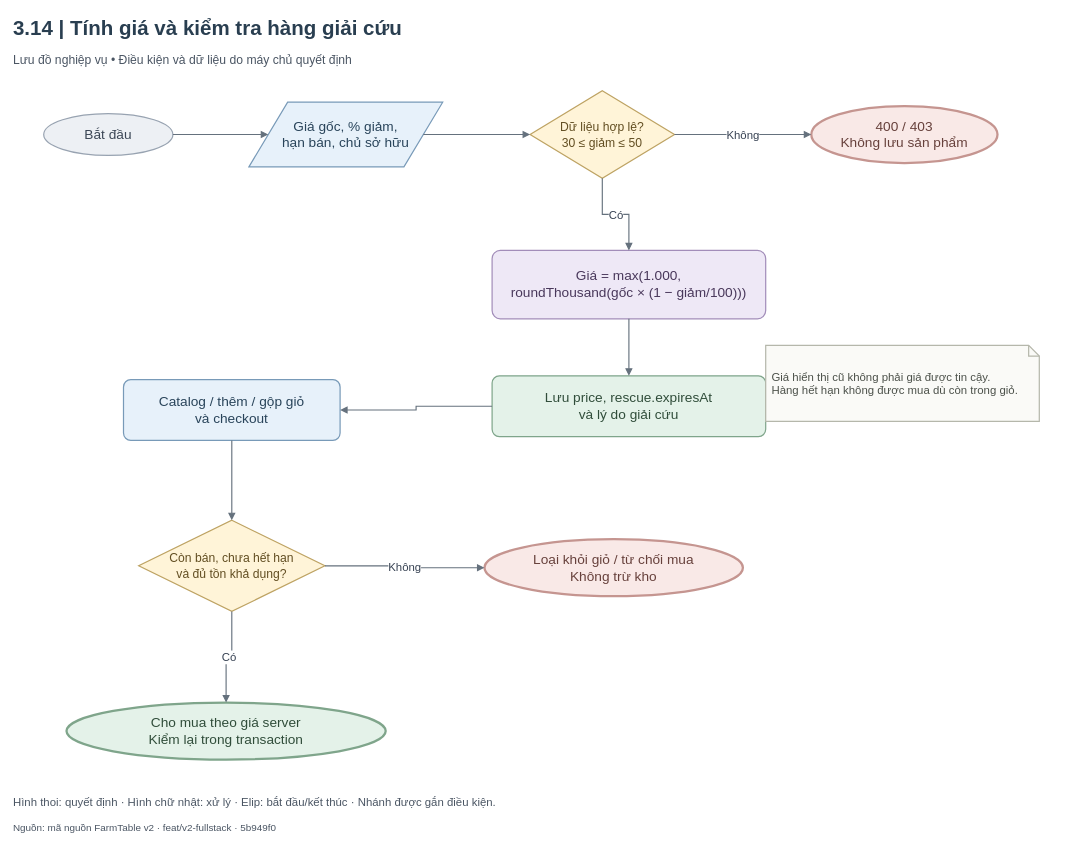
Before: FarmTable_Chuong3/So_do_BA/drawio/Hinh_3_14.drawio in hathu1272006-eng/PTWnangcao, a draw.io diagram. Source tidied: cells renumbered, new cells numbered last; positions are measured from the earlier drawing's top-left corner, leaving out a move shared by most shapes. Both pictures are drawn from the tidied source at 76%, with x=0, y=0 at pixel (13, 13).
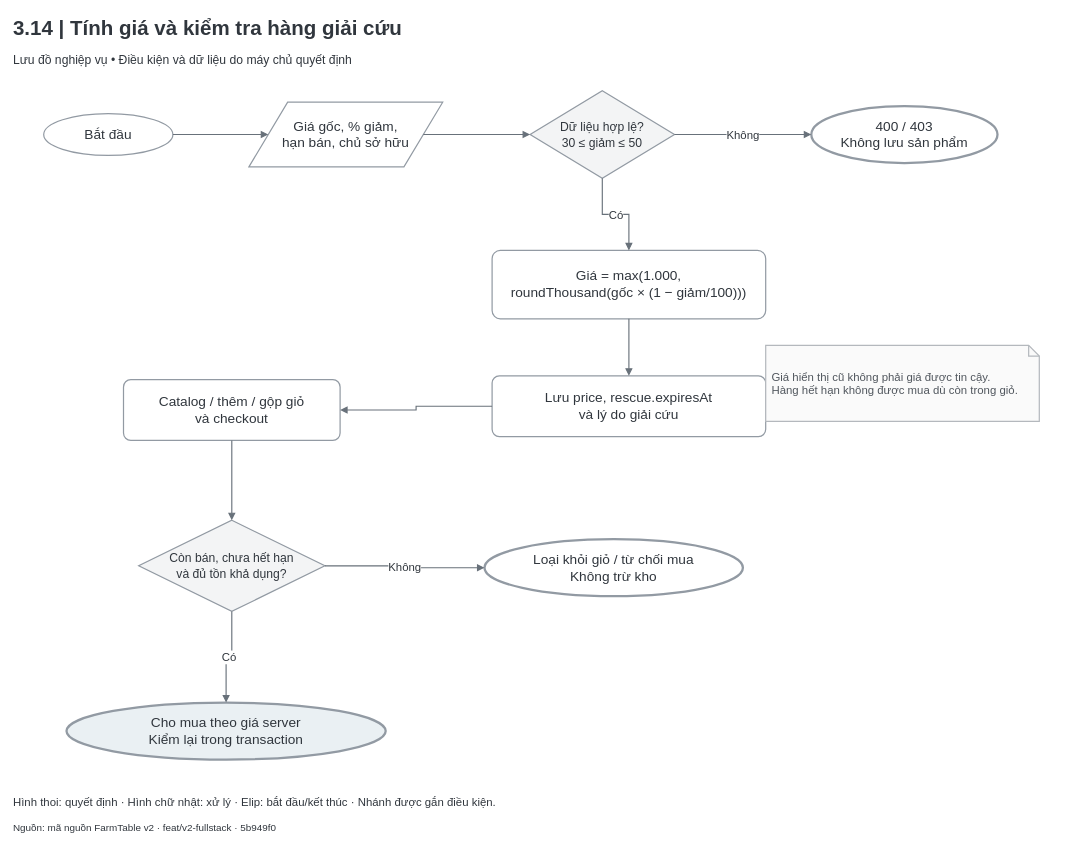
After the change.

Diff of the diagram source:
```diff
@@
-    <mxCell id="2" value="3.14  |  Tính giá và kiểm tra hàng giải cứu" style="html=1;whiteSpace=wrap;fontFamily=Arial;fontSize=18;strokeColor=#245C47;strokeWidth=1.6;fillColor=#FFFFFF;spacing=8;text;strokeColor=none;fillColor=none;align=left;verticalAlign=middle;fontSize=27;fontStyle=1;spacing=0;fontColor=#293E50;" parent="1" vertex="1">
+    <mxCell id="2" value="3.14  |  Tính giá và kiểm tra hàng giải cứu" style="html=1;whiteSpace=wrap;fontFamily=Arial;fontSize=18;strokeColor=#245C47;strokeWidth=1.6;fillColor=#FFFFFF;spacing=8;text;strokeColor=none;fillColor=none;align=left;verticalAlign=middle;fontSize=27;fontStyle=1;spacing=0;fontColor=#30363D;" parent="1" vertex="1">
       <mxGeometry width="1390" height="40" as="geometry" />
     </mxCell>
-    <mxCell id="3" value="Lưu đồ nghiệp vụ  •  Điều kiện và dữ liệu do máy chủ quyết định" style="html=1;whiteSpace=wrap;fontFamily=Arial;fontSize=18;strokeColor=#245C47;strokeWidth=1.6;fillColor=#FFFFFF;spacing=8;text;strokeColor=none;fillColor=none;align=left;verticalAlign=middle;fontSize=16;fontStyle=0;spacing=0;fontColor=#4A5563;" parent="1" vertex="1">
+    <mxCell id="3" value="Lưu đồ nghiệp vụ  •  Điều kiện và dữ liệu do máy chủ quyết định" style="html=1;whiteSpace=wrap;fontFamily=Arial;fontSize=18;strokeColor=#245C47;strokeWidth=1.6;fillColor=#FFFFFF;spacing=8;text;strokeColor=none;fillColor=none;align=left;verticalAlign=middle;fontSize=16;fontStyle=0;spacing=0;fontColor=#30363D;" parent="1" vertex="1">
       <mxGeometry y="47" width="1390" height="28" as="geometry" />
     </mxCell>
-    <mxCell id="4" value="Bắt đầu" style="html=1;whiteSpace=wrap;fontFamily=Arial;fontSize=18;strokeWidth=1.6;spacing=8;ellipse;fillColor=#EDF0F4;strokeColor=#98A3B1;fontColor=#3B4655;" parent="1" vertex="1">
+    <mxCell id="4" value="Bắt đầu" style="html=1;whiteSpace=wrap;fontFamily=Arial;fontSize=18;strokeWidth=1.6;spacing=8;ellipse;fillColor=#FFFFFF;strokeColor=#929AA3;fontColor=#30363D;" parent="1" vertex="1">
       <mxGeometry x="40" y="132" width="170" height="55" as="geometry" />
     </mxCell>
-    <mxCell id="5" value="Giá gốc, % giảm,&lt;br/&gt;hạn bán, chủ sở hữu" style="html=1;whiteSpace=wrap;fontFamily=Arial;fontSize=18;strokeWidth=1.6;spacing=8;shape=parallelogram;perimeter=parallelogramPerimeter;fillColor=#E7F1FA;strokeColor=#789AB8;fontColor=#29445A;" parent="1" vertex="1">
+    <mxCell id="5" value="Giá gốc, % giảm,&lt;br/&gt;hạn bán, chủ sở hữu" style="html=1;whiteSpace=wrap;fontFamily=Arial;fontSize=18;strokeWidth=1.6;spacing=8;shape=parallelogram;perimeter=parallelogramPerimeter;fillColor=#FFFFFF;strokeColor=#929AA3;fontColor=#30363D;" parent="1" vertex="1">
       <mxGeometry x="310" y="117" width="255" height="85" as="geometry" />
     </mxCell>
-    <mxCell id="6" value="Dữ liệu hợp lệ?&lt;br/&gt;30 ≤ giảm ≤ 50" style="html=1;whiteSpace=wrap;fontFamily=Arial;fontSize=18;strokeWidth=1.6;spacing=8;rhombus;fontSize=16;spacing=3;fillColor=#FFF4D8;strokeColor=#BEA363;fontColor=#624E22;" parent="1" vertex="1">
+    <mxCell id="6" value="Dữ liệu hợp lệ?&lt;br/&gt;30 ≤ giảm ≤ 50" style="html=1;whiteSpace=wrap;fontFamily=Arial;fontSize=18;strokeWidth=1.6;spacing=8;rhombus;fontSize=16;spacing=3;fillColor=#F3F4F5;strokeColor=#929AA3;fontColor=#30363D;" parent="1" vertex="1">
       <mxGeometry x="680" y="102" width="190" height="115" as="geometry" />
     </mxCell>
-    <mxCell id="7" value="400 / 403&lt;br/&gt;Không lưu sản phẩm" style="html=1;whiteSpace=wrap;fontFamily=Arial;fontSize=18;strokeWidth=1.6;spacing=8;ellipse;strokeWidth=3;fillColor=#F9E9E7;strokeColor=#C59590;fontColor=#67413C;" parent="1" vertex="1">
+    <mxCell id="7" value="400 / 403&lt;br/&gt;Không lưu sản phẩm" style="html=1;whiteSpace=wrap;fontFamily=Arial;fontSize=18;strokeWidth=1.6;spacing=8;ellipse;strokeWidth=3;fillColor=#FFFFFF;strokeColor=#929AA3;fontColor=#30363D;" parent="1" vertex="1">
       <mxGeometry x="1050" y="122" width="245" height="75" as="geometry" />
     </mxCell>
-    <mxCell id="8" value="Giá = max(1.000,&lt;br/&gt;roundThousand(gốc × (1 − giảm/100)))" style="html=1;whiteSpace=wrap;fontFamily=Arial;fontSize=18;strokeWidth=1.6;spacing=8;rounded=1;arcSize=12;fillColor=#EEE8F6;strokeColor=#A28DB9;fontColor=#49385B;" parent="1" vertex="1">
+    <mxCell id="8" value="Giá = max(1.000,&lt;br/&gt;roundThousand(gốc × (1 − giảm/100)))" style="html=1;whiteSpace=wrap;fontFamily=Arial;fontSize=18;strokeWidth=1.6;spacing=8;rounded=1;arcSize=12;fillColor=#FFFFFF;strokeColor=#929AA3;fontColor=#30363D;" parent="1" vertex="1">
       <mxGeometry x="630" y="312" width="360" height="90" as="geometry" />
     </mxCell>
-    <mxCell id="9" value="Lưu price, rescue.expiresAt&lt;br/&gt;và lý do giải cứu" style="html=1;whiteSpace=wrap;fontFamily=Arial;fontSize=18;strokeWidth=1.6;spacing=8;rounded=1;arcSize=12;fillColor=#E4F2E9;strokeColor=#7FA58B;fontColor=#304D3A;" parent="1" vertex="1">
+    <mxCell id="9" value="Lưu price, rescue.expiresAt&lt;br/&gt;và lý do giải cứu" style="html=1;whiteSpace=wrap;fontFamily=Arial;fontSize=18;strokeWidth=1.6;spacing=8;rounded=1;arcSize=12;fillColor=#FFFFFF;strokeColor=#929AA3;fontColor=#30363D;" parent="1" vertex="1">
       <mxGeometry x="630" y="477" width="360" height="80" as="geometry" />
     </mxCell>
-    <mxCell id="10" value="Catalog / thêm / gộp giỏ&lt;br/&gt;và checkout" style="html=1;whiteSpace=wrap;fontFamily=Arial;fontSize=18;strokeWidth=1.6;spacing=8;rounded=1;arcSize=12;fillColor=#E7F1FA;strokeColor=#789AB8;fontColor=#29445A;" parent="1" vertex="1">
+    <mxCell id="10" value="Catalog / thêm / gộp giỏ&lt;br/&gt;và checkout" style="html=1;whiteSpace=wrap;fontFamily=Arial;fontSize=18;strokeWidth=1.6;spacing=8;rounded=1;arcSize=12;fillColor=#FFFFFF;strokeColor=#929AA3;fontColor=#30363D;" parent="1" vertex="1">
       <mxGeometry x="145" y="482" width="285" height="80" as="geometry" />
     </mxCell>
-    <mxCell id="11" value="Còn bán, chưa hết hạn&lt;br/&gt;và đủ tồn khả dụng?" style="html=1;whiteSpace=wrap;fontFamily=Arial;fontSize=18;strokeWidth=1.6;spacing=8;rhombus;fontSize=16;spacing=3;fillColor=#FFF4D8;strokeColor=#BEA363;fontColor=#624E22;" parent="1" vertex="1">
+    <mxCell id="11" value="Còn bán, chưa hết hạn&lt;br/&gt;và đủ tồn khả dụng?" style="html=1;whiteSpace=wrap;fontFamily=Arial;fontSize=18;strokeWidth=1.6;spacing=8;rhombus;fontSize=16;spacing=3;fillColor=#F3F4F5;strokeColor=#929AA3;fontColor=#30363D;" parent="1" vertex="1">
       <mxGeometry x="165" y="667" width="245" height="120" as="geometry" />
     </mxCell>
-    <mxCell id="12" value="Loại khỏi giỏ / từ chối mua&lt;br/&gt;Không trừ kho" style="html=1;whiteSpace=wrap;fontFamily=Arial;fontSize=18;strokeWidth=1.6;spacing=8;ellipse;strokeWidth=3;fillColor=#F9E9E7;strokeColor=#C59590;fontColor=#67413C;" parent="1" vertex="1">
+    <mxCell id="12" value="Loại khỏi giỏ / từ chối mua&lt;br/&gt;Không trừ kho" style="html=1;whiteSpace=wrap;fontFamily=Arial;fontSize=18;strokeWidth=1.6;spacing=8;ellipse;strokeWidth=3;fillColor=#FFFFFF;strokeColor=#929AA3;fontColor=#30363D;" parent="1" vertex="1">
       <mxGeometry x="620" y="692" width="340" height="75" as="geometry" />
     </mxCell>
-    <mxCell id="13" value="Cho mua theo giá server&lt;br/&gt;Kiểm lại trong transaction" style="html=1;whiteSpace=wrap;fontFamily=Arial;fontSize=18;strokeWidth=1.6;spacing=8;ellipse;strokeWidth=3;fillColor=#E4F2E9;strokeColor=#7FA58B;fontColor=#304D3A;" parent="1" vertex="1">
+    <mxCell id="13" value="Cho mua theo giá server&lt;br/&gt;Kiểm lại trong transaction" style="html=1;whiteSpace=wrap;fontFamily=Arial;fontSize=18;strokeWidth=1.6;spacing=8;ellipse;strokeWidth=3;fillColor=#EAF0F3;strokeColor=#929AA3;fontColor=#30363D;" parent="1" vertex="1">
       <mxGeometry x="70" y="907" width="420" height="75" as="geometry" />
     </mxCell>
-    <mxCell id="14" style="edgeStyle=orthogonalEdgeStyle;rounded=0;jettySize=20;html=1;fontFamily=Arial;fontSize=15;labelBackgroundColor=#FFFFFF;strokeWidth=1.5;endArrow=block;endFill=1;exitX=1;exitY=0.5;entryX=0;entryY=0.5;exitDx=0;exitDy=0;entryDx=0;entryDy=0;strokeColor=#65717D;fontColor=#364152;" parent="1" edge="1" source="4" target="5">
+    <mxCell id="14" style="edgeStyle=orthogonalEdgeStyle;rounded=0;jettySize=20;html=1;fontFamily=Arial;fontSize=15;labelBackgroundColor=#FFFFFF;strokeWidth=1.5;endArrow=block;endFill=1;exitX=1;exitY=0.5;entryX=0;entryY=0.5;exitDx=0;exitDy=0;entryDx=0;entryDy=0;strokeColor=#68717A;fontColor=#30363D;" parent="1" edge="1" source="4" target="5">
       <mxGeometry relative="1" as="geometry" />
     </mxCell>
-    <mxCell id="15" style="edgeStyle=orthogonalEdgeStyle;rounded=0;jettySize=20;html=1;fontFamily=Arial;fontSize=15;labelBackgroundColor=#FFFFFF;strokeWidth=1.5;endArrow=block;endFill=1;exitX=1;exitY=0.5;entryX=0;entryY=0.5;exitDx=0;exitDy=0;entryDx=0;entryDy=0;strokeColor=#65717D;fontColor=#364152;" parent="1" edge="1" source="5" target="6">
+    <mxCell id="15" style="edgeStyle=orthogonalEdgeStyle;rounded=0;jettySize=20;html=1;fontFamily=Arial;fontSize=15;labelBackgroundColor=#FFFFFF;strokeWidth=1.5;endArrow=block;endFill=1;exitX=1;exitY=0.5;entryX=0;entryY=0.5;exitDx=0;exitDy=0;entryDx=0;entryDy=0;strokeColor=#68717A;fontColor=#30363D;" parent="1" edge="1" source="5" target="6">
       <mxGeometry relative="1" as="geometry" />
     </mxCell>
-    <mxCell id="16" value="Không" style="edgeStyle=orthogonalEdgeStyle;rounded=0;jettySize=20;html=1;fontFamily=Arial;fontSize=15;labelBackgroundColor=#FFFFFF;strokeWidth=1.5;endArrow=block;endFill=1;exitX=1;exitY=0.5;entryX=0;entryY=0.5;exitDx=0;exitDy=0;entryDx=0;entryDy=0;strokeColor=#65717D;fontColor=#364152;" parent="1" edge="1" source="6" target="7">
+    <mxCell id="16" value="Không" style="edgeStyle=orthogonalEdgeStyle;rounded=0;jettySize=20;html=1;fontFamily=Arial;fontSize=15;labelBackgroundColor=#FFFFFF;strokeWidth=1.5;endArrow=block;endFill=1;exitX=1;exitY=0.5;entryX=0;entryY=0.5;exitDx=0;exitDy=0;entryDx=0;entryDy=0;strokeColor=#68717A;fontColor=#30363D;" parent="1" edge="1" source="6" target="7">
       <mxGeometry relative="1" as="geometry" />
     </mxCell>
-    <mxCell id="17" value="Có" style="edgeStyle=orthogonalEdgeStyle;rounded=0;jettySize=20;html=1;fontFamily=Arial;fontSize=15;labelBackgroundColor=#FFFFFF;strokeWidth=1.5;endArrow=block;endFill=1;exitX=0.5;exitY=1;entryX=0.5;entryY=0;exitDx=0;exitDy=0;entryDx=0;entryDy=0;strokeColor=#65717D;fontColor=#364152;" parent="1" edge="1" source="6" target="8">
+    <mxCell id="17" value="Có" style="edgeStyle=orthogonalEdgeStyle;rounded=0;jettySize=20;html=1;fontFamily=Arial;fontSize=15;labelBackgroundColor=#FFFFFF;strokeWidth=1.5;endArrow=block;endFill=1;exitX=0.5;exitY=1;entryX=0.5;entryY=0;exitDx=0;exitDy=0;entryDx=0;entryDy=0;strokeColor=#68717A;fontColor=#30363D;" parent="1" edge="1" source="6" target="8">
       <mxGeometry relative="1" as="geometry" />
     </mxCell>
-    <mxCell id="18" style="edgeStyle=orthogonalEdgeStyle;rounded=0;jettySize=20;html=1;fontFamily=Arial;fontSize=15;labelBackgroundColor=#FFFFFF;strokeWidth=1.5;endArrow=block;endFill=1;exitX=0.5;exitY=1;entryX=0.5;entryY=0;exitDx=0;exitDy=0;entryDx=0;entryDy=0;strokeColor=#65717D;fontColor=#364152;" parent="1" edge="1" source="8" target="9">
+    <mxCell id="18" style="edgeStyle=orthogonalEdgeStyle;rounded=0;jettySize=20;html=1;fontFamily=Arial;fontSize=15;labelBackgroundColor=#FFFFFF;strokeWidth=1.5;endArrow=block;endFill=1;exitX=0.5;exitY=1;entryX=0.5;entryY=0;exitDx=0;exitDy=0;entryDx=0;entryDy=0;strokeColor=#68717A;fontColor=#30363D;" parent="1" edge="1" source="8" target="9">
       <mxGeometry relative="1" as="geometry" />
     </mxCell>
-    <mxCell id="19" style="edgeStyle=orthogonalEdgeStyle;rounded=0;jettySize=20;html=1;fontFamily=Arial;fontSize=15;labelBackgroundColor=#FFFFFF;strokeWidth=1.5;endArrow=block;endFill=1;exitX=0;exitY=0.5;entryX=1;entryY=0.5;exitDx=0;exitDy=0;entryDx=0;entryDy=0;strokeColor=#65717D;fontColor=#364152;" parent="1" edge="1" source="9" target="10">
+    <mxCell id="19" style="edgeStyle=orthogonalEdgeStyle;rounded=0;jettySize=20;html=1;fontFamily=Arial;fontSize=15;labelBackgroundColor=#FFFFFF;strokeWidth=1.5;endArrow=block;endFill=1;exitX=0;exitY=0.5;entryX=1;entryY=0.5;exitDx=0;exitDy=0;entryDx=0;entryDy=0;strokeColor=#68717A;fontColor=#30363D;" parent="1" edge="1" source="9" target="10">
       <mxGeometry relative="1" as="geometry" />
     </mxCell>
-    <mxCell id="20" style="edgeStyle=orthogonalEdgeStyle;rounded=0;jettySize=20;html=1;fontFamily=Arial;fontSize=15;labelBackgroundColor=#FFFFFF;strokeWidth=1.5;endArrow=block;endFill=1;exitX=0.5;exitY=1;entryX=0.5;entryY=0;exitDx=0;exitDy=0;entryDx=0;entryDy=0;strokeColor=#65717D;fontColor=#364152;" parent="1" edge="1" source="10" target="11">
+    <mxCell id="20" style="edgeStyle=orthogonalEdgeStyle;rounded=0;jettySize=20;html=1;fontFamily=Arial;fontSize=15;labelBackgroundColor=#FFFFFF;strokeWidth=1.5;endArrow=block;endFill=1;exitX=0.5;exitY=1;entryX=0.5;entryY=0;exitDx=0;exitDy=0;entryDx=0;entryDy=0;strokeColor=#68717A;fontColor=#30363D;" parent="1" edge="1" source="10" target="11">
       <mxGeometry relative="1" as="geometry" />
     </mxCell>
-    <mxCell id="21" value="Không" style="edgeStyle=orthogonalEdgeStyle;rounded=0;jettySize=20;html=1;fontFamily=Arial;fontSize=15;labelBackgroundColor=#FFFFFF;strokeWidth=1.5;endArrow=block;endFill=1;exitX=1;exitY=0.5;entryX=0;entryY=0.5;exitDx=0;exitDy=0;entryDx=0;entryDy=0;strokeColor=#65717D;fontColor=#364152;" parent="1" edge="1" source="11" target="12">
+    <mxCell id="21" value="Không" style="edgeStyle=orthogonalEdgeStyle;rounded=0;jettySize=20;html=1;fontFamily=Arial;fontSize=15;labelBackgroundColor=#FFFFFF;strokeWidth=1.5;endArrow=block;endFill=1;exitX=1;exitY=0.5;entryX=0;entryY=0.5;exitDx=0;exitDy=0;entryDx=0;entryDy=0;strokeColor=#68717A;fontColor=#30363D;" parent="1" edge="1" source="11" target="12">
       <mxGeometry relative="1" as="geometry" />
     </mxCell>
-    <mxCell id="22" value="Có" style="edgeStyle=orthogonalEdgeStyle;rounded=0;jettySize=20;html=1;fontFamily=Arial;fontSize=15;labelBackgroundColor=#FFFFFF;strokeWidth=1.5;endArrow=block;endFill=1;exitX=0.5;exitY=1;entryX=0.5;entryY=0;exitDx=0;exitDy=0;entryDx=0;entryDy=0;strokeColor=#65717D;fontColor=#364152;" parent="1" edge="1" source="11" target="13">
+    <mxCell id="22" value="Có" style="edgeStyle=orthogonalEdgeStyle;rounded=0;jettySize=20;html=1;fontFamily=Arial;fontSize=15;labelBackgroundColor=#FFFFFF;strokeWidth=1.5;endArrow=block;endFill=1;exitX=0.5;exitY=1;entryX=0.5;entryY=0;exitDx=0;exitDy=0;entryDx=0;entryDy=0;strokeColor=#68717A;fontColor=#30363D;" parent="1" edge="1" source="11" target="13">
       <mxGeometry relative="1" as="geometry" />
     </mxCell>
-    <mxCell id="23" value="Giá hiển thị cũ không phải giá được tin cậy.&lt;br/&gt;Hàng hết hạn không được mua dù còn trong giỏ." style="html=1;whiteSpace=wrap;fontFamily=Arial;fontSize=18;strokeWidth=1.6;spacing=8;shape=note;size=14;align=left;fontSize=15;fillColor=#FAFAF7;strokeColor=#B5B7AB;fontColor=#4B5049;" parent="1" vertex="1">
+    <mxCell id="23" value="Giá hiển thị cũ không phải giá được tin cậy.&lt;br/&gt;Hàng hết hạn không được mua dù còn trong giỏ." style="html=1;whiteSpace=wrap;fontFamily=Arial;fontSize=18;strokeWidth=1.6;spacing=8;shape=note;size=14;align=left;fontSize=15;fillColor=#FAFAFA;strokeColor=#B4B8BD;fontColor=#50565D;" parent="1" vertex="1">
       <mxGeometry x="990" y="437" width="360" height="100" as="geometry" />
     </mxCell>
-    <mxCell id="24" value="Hình thoi: quyết định · Hình chữ nhật: xử lý · Elip: bắt đầu/kết thúc · Nhánh được gắn điều kiện." style="html=1;whiteSpace=wrap;fontFamily=Arial;fontSize=18;strokeColor=#245C47;strokeWidth=1.6;fillColor=#FFFFFF;spacing=8;text;strokeColor=none;fillColor=none;align=left;verticalAlign=middle;fontSize=15;fontStyle=0;spacing=0;fontColor=#4A5563;" parent="1" vertex="1">
+    <mxCell id="24" value="Hình thoi: quyết định · Hình chữ nhật: xử lý · Elip: bắt đầu/kết thúc · Nhánh được gắn điều kiện." style="html=1;whiteSpace=wrap;fontFamily=Arial;fontSize=18;strokeColor=#245C47;strokeWidth=1.6;fillColor=#FFFFFF;spacing=8;text;strokeColor=none;fillColor=none;align=left;verticalAlign=middle;fontSize=15;fontStyle=0;spacing=0;fontColor=#30363D;" parent="1" vertex="1">
       <mxGeometry y="1019" width="1390" height="35" as="geometry" />
     </mxCell>
-    <mxCell id="25" value="Nguồn: mã nguồn FarmTable v2 · feat/v2-fullstack · 5b949f0" style="html=1;whiteSpace=wrap;fontFamily=Arial;fontSize=18;strokeColor=#245C47;strokeWidth=1.6;fillColor=#FFFFFF;spacing=8;text;strokeColor=none;fillColor=none;align=left;verticalAlign=middle;fontSize=13;fontStyle=0;spacing=0;fontColor=#4A5563;" parent="1" vertex="1">
+    <mxCell id="25" value="Nguồn: mã nguồn FarmTable v2 · feat/v2-fullstack · 5b949f0" style="html=1;whiteSpace=wrap;fontFamily=Arial;fontSize=18;strokeColor=#245C47;strokeWidth=1.6;fillColor=#FFFFFF;spacing=8;text;strokeColor=none;fillColor=none;align=left;verticalAlign=middle;fontSize=13;fontStyle=0;spacing=0;fontColor=#30363D;" parent="1" vertex="1">
       <mxGeometry y="1060" width="1390" height="24" as="geometry" />
     </mxCell>
```
